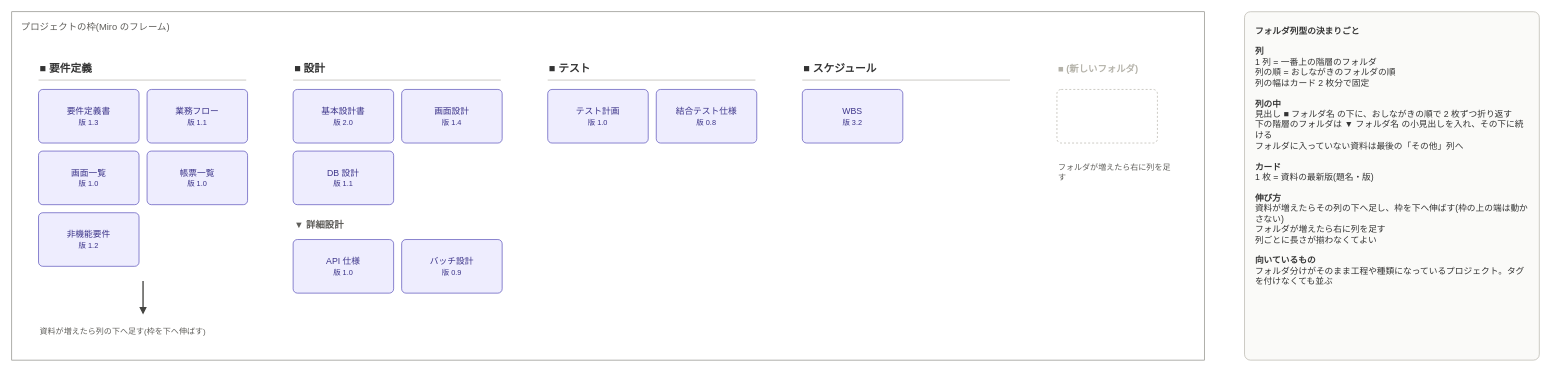
The draw.io diagram page "採用: フォルダ列型" (1 of 12) of docs/miro-layouts/miro-layouts.drawio in EARCE9000/document-manager, before the edit. Source tidied: cells renumbered, new cells numbered last; positions are measured from the earlier drawing's top-left corner, leaving out a move shared by most shapes. Both pictures are drawn from the tidied source at 67%, with x=0, y=0 at pixel (11, 11).
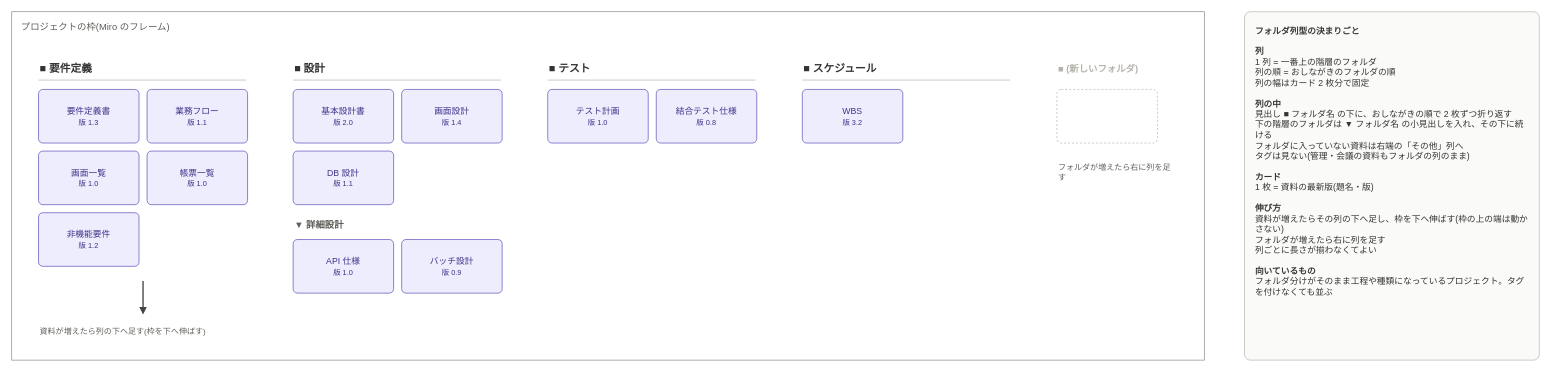
After the change.

What changed in the source:
```diff
@@
-    <mxCell id="30" value="&lt;b&gt;フォルダ列型の決まりごと&lt;/b&gt;&lt;br&gt;&lt;br&gt;&lt;b&gt;列&lt;/b&gt;&lt;br&gt;1 列 = 一番上の階層のフォルダ&lt;br&gt;列の順 = おしながきのフォルダの順&lt;br&gt;列の幅はカード 2 枚分で固定&lt;br&gt;&lt;br&gt;&lt;b&gt;列の中&lt;/b&gt;&lt;br&gt;見出し ■ フォルダ名 の下に、おしながきの順で 2 枚ずつ折り返す&lt;br&gt;下の階層のフォルダは ▼ フォルダ名 の小見出しを入れ、その下に続ける&lt;br&gt;フォルダに入っていない資料は最後の「その他」列へ&lt;br&gt;&lt;br&gt;&lt;b&gt;カード&lt;/b&gt;&lt;br&gt;1 枚 = 資料の最新版(題名・版)&lt;br&gt;&lt;br&gt;&lt;b&gt;伸び方&lt;/b&gt;&lt;br&gt;資料が増えたらその列の下へ足し、枠を下へ伸ばす(枠の上の端は動かさない)&lt;br&gt;フォルダが増えたら右に列を足す&lt;br&gt;列ごとに長さが揃わなくてよい&lt;br&gt;&lt;br&gt;&lt;b&gt;向いているもの&lt;/b&gt;&lt;br&gt;フォルダ分けがそのまま工程や種類になっているプロジェクト。タグを付けなくても並ぶ" style="rounded=1;arcSize=2;whiteSpace=wrap;html=1;align=left;verticalAlign=top;spacing=16;fillColor=#FAFAF8;strokeColor=#B4B2A9;fontSize=13;fontColor=#333333;" parent="1" vertex="1">
+    <mxCell id="30" value="&lt;b&gt;フォルダ列型の決まりごと&lt;/b&gt;&lt;br&gt;&lt;br&gt;&lt;b&gt;列&lt;/b&gt;&lt;br&gt;1 列 = 一番上の階層のフォルダ&lt;br&gt;列の順 = おしながきのフォルダの順&lt;br&gt;列の幅はカード 2 枚分で固定&lt;br&gt;&lt;br&gt;&lt;b&gt;列の中&lt;/b&gt;&lt;br&gt;見出し ■ フォルダ名 の下に、おしながきの順で 2 枚ずつ折り返す&lt;br&gt;下の階層のフォルダは ▼ フォルダ名 の小見出しを入れ、その下に続ける&lt;br&gt;フォルダに入っていない資料は右端の「その他」列へ&lt;br&gt;タグは見ない(管理・会議の資料もフォルダの列のまま)&lt;br&gt;&lt;br&gt;&lt;b&gt;カード&lt;/b&gt;&lt;br&gt;1 枚 = 資料の最新版(題名・版)&lt;br&gt;&lt;br&gt;&lt;b&gt;伸び方&lt;/b&gt;&lt;br&gt;資料が増えたらその列の下へ足し、枠を下へ伸ばす(枠の上の端は動かさない)&lt;br&gt;フォルダが増えたら右に列を足す&lt;br&gt;列ごとに長さが揃わなくてよい&lt;br&gt;&lt;br&gt;&lt;b&gt;向いているもの&lt;/b&gt;&lt;br&gt;フォルダ分けがそのまま工程や種類になっているプロジェクト。タグを付けなくても並ぶ" style="rounded=1;arcSize=2;whiteSpace=wrap;html=1;align=left;verticalAlign=top;spacing=16;fillColor=#FAFAF8;strokeColor=#B4B2A9;fontSize=13;fontColor=#333333;" parent="1" vertex="1">
       <mxGeometry x="1840" width="440" height="520" as="geometry" />
     </mxCell>
```
